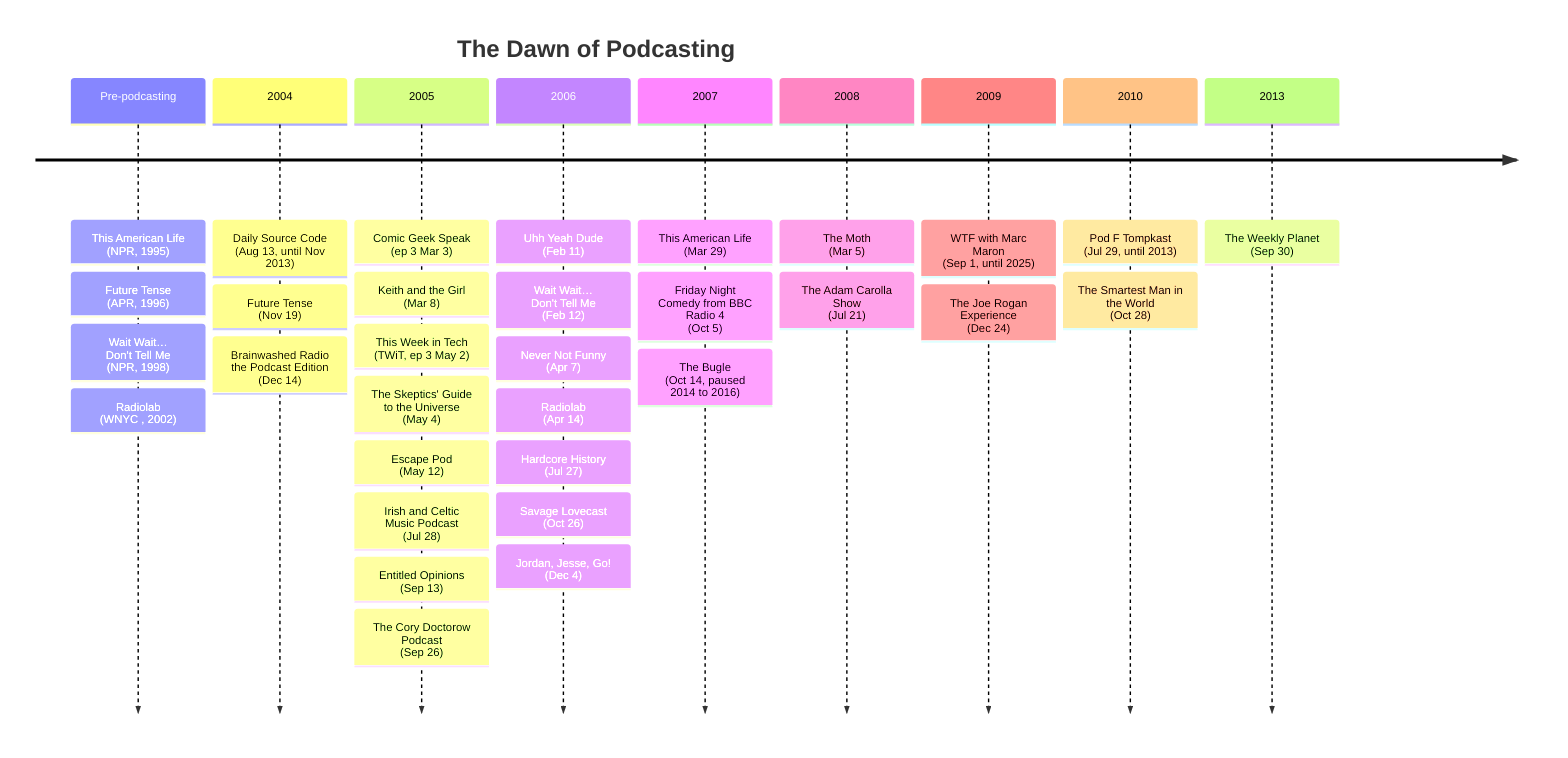
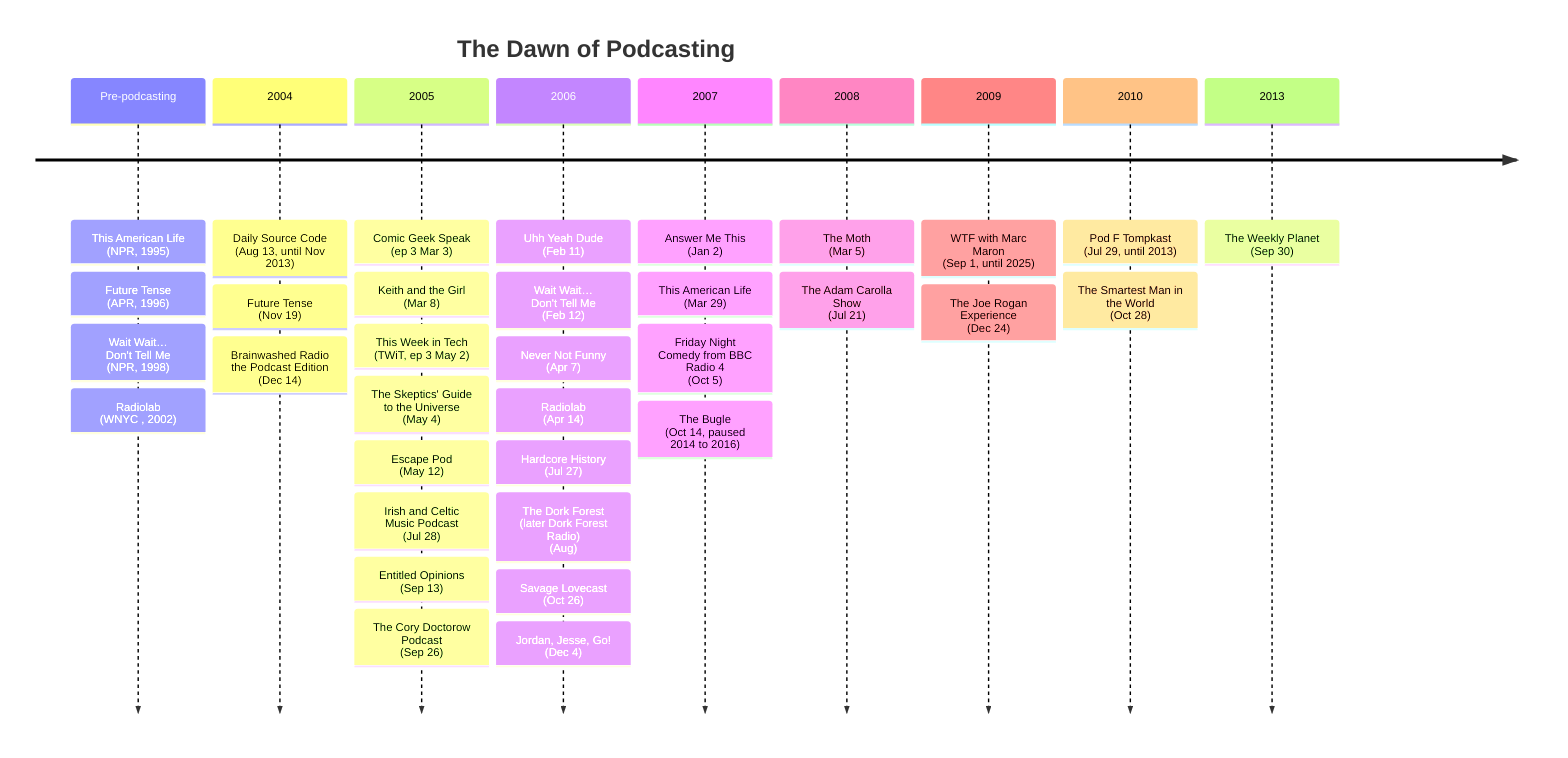
timeline
title The Dawn of Podcasting
Pre-podcasting : This American Life <br> (NPR, 1995)
     : Future Tense <br> (APR, 1996)
     : Wait Wait… <br> Don't Tell Me <br> (NPR, 1998)
     : Radiolab <br> (WNYC , 2002)
2004 : Daily Source Code <br> (Aug 13, until Nov 2013)
     %% https://en.wikipedia.org/wiki/Daily_Source_Code
     : Future Tense <br> (Nov 19)
     %% https://web.archive.org/web/20041120045511/http://www.publicradio.org/columns/futuretense/podcast.xml
     : Brainwashed Radio the Podcast Edition <br> (Dec 14)
     %% https://web.archive.org/web/20041221072822/http://www.brainwashed.com/podcast/podcast_rss.xml
2005 : Comic Geek Speak <br> (ep 3 Mar 3)
     %% https://web.archive.org/web/20050907072155/http://www.bryandeemer.com/cgs/rss.xml
     : Keith and the Girl <br> (Mar 8)
     %% https://web.archive.org/web/20061004225226/https://katg.libsyn.com/rss
     : This Week in Tech <br> (TWiT, ep 3 May 2)
     %% https://web.archive.org/web/20050503122704/http://twit.tv/
     : The Skeptics' Guide to the Universe <br> (May 4)
     %% https://web.archive.org/web/20060515174645/http://www.theskepticsguide.org/rss.xml
     : Escape Pod <br> (May 12)
     %% https://web.archive.org/web/20060112134329/http://www.escapepod.org/2005/05/
     : Irish and Celtic Music Podcast <br> (Jul 28)
     %% https://web.archive.org/web/20051229191845/http://www.celticmusicpodcast.com/2005/07/1-susan-hamlin-three-quarter-ale-dust.shtml
     : Entitled Opinions <br> (Sep 13)
     %% https://entitled-opinions.com/2005/09/13/laura-wittman-on-michel-tourniers-friday/
     : The Cory Doctorow Podcast <br> (Sep 26)
     %% https://web.archive.org/web/20051026000413/http://craphound.com/podcast.php
2006 : Uhh Yeah Dude <br> (Feb 11)
     %% https://www.patreon.com/posts/104346580?collection=825782
     : Wait Wait… <br> Don't Tell Me <br> (Feb 12)
     %% https://web.archive.org/web/20060418125634/http://www.npr.org/rss/podcast.php?id=35
     : Never Not Funny <br> (Apr 7)
     %% https://nevernotdb.com/pardcast-episode-one
     : Radiolab <br> (Apr 14)
     %% https://web.archive.org/web/20060617225235/http://feeds.wnyc.org/radiolab
     : Hardcore History <br> (Jul 27)
     %% https://www.dancarlin.com/product/hardcore-history-1-alexander-versus-hitler/
+      : The Dork Forest <br> (later Dork Forest Radio) <br> (Aug)
+      %% https://en.wikipedia.org/wiki/Jackie_Kashian#Podcast
     : Savage Lovecast <br> (Oct 26)
     %% https://savage.love/lovecast/2006/10/26/welcome-to-the-very-first-savage-love-podcast-in-this-episode-the-woes-of/
     : Jordan, Jesse, Go! <br> (Dec 4)
     %% https://maximumfun.org/episodes/jordan-jesse-go/episode-1/
- 2007 : This American Life <br> (Mar 29)
+ 2007 : Answer Me This <br> (Jan 2)
+      %% https://web.archive.org/web/20080617192609/http://answermethis.wordpress.com/2007/01/02/answer-me-this-episode-1/
+      : This American Life <br> (Mar 29)
     %% https://web.archive.org/web/20070329025437/http://www.thisamericanlife.org/podcast.xml
     : Friday Night Comedy from BBC Radio 4 <br> (Oct 5)
     %% https://web.archive.org/web/20071011031942/http://www.bbc.co.uk/radio/podcasts/fricomedy/
     : The Bugle <br> (Oct 14, paused 2014 to 2016)
     %% https://en.wikipedia.org/wiki/The_Bugle
2008 : The Moth <br> (Mar 5)
     %% https://web.archive.org/web/20080407092525/http://feeds.themoth.org/themothpodcast
     : The Adam Carolla Show <br> (Jul 21)
     %% https://web.archive.org/web/20080723141057/http://www.971freefm.com/pages/1247.php
2009 : WTF with Marc Maron <br> (Sep 1, until 2025)
     %% https://en.wikipedia.org/wiki/WTF_with_Marc_Maron
     : The Joe Rogan Experience <br> (Dec 24)
     %% https://en.wikipedia.org/wiki/The_Joe_Rogan_Experience
2010 : Pod F Tompkast <br> (Jul 29, until 2013)
     %% https://pft.libsyn.com/
     : The Smartest Man in the World <br> (Oct 28)
     %% https://web.archive.org/web/20110317204330/http://feeds.feedburner.com/TheSmartest
2013 : The Weekly Planet <br> (Sep 30)
     %% https://shows.acast.com/theweeklyplanet/episodes/1-underrated-comic-book-movies
